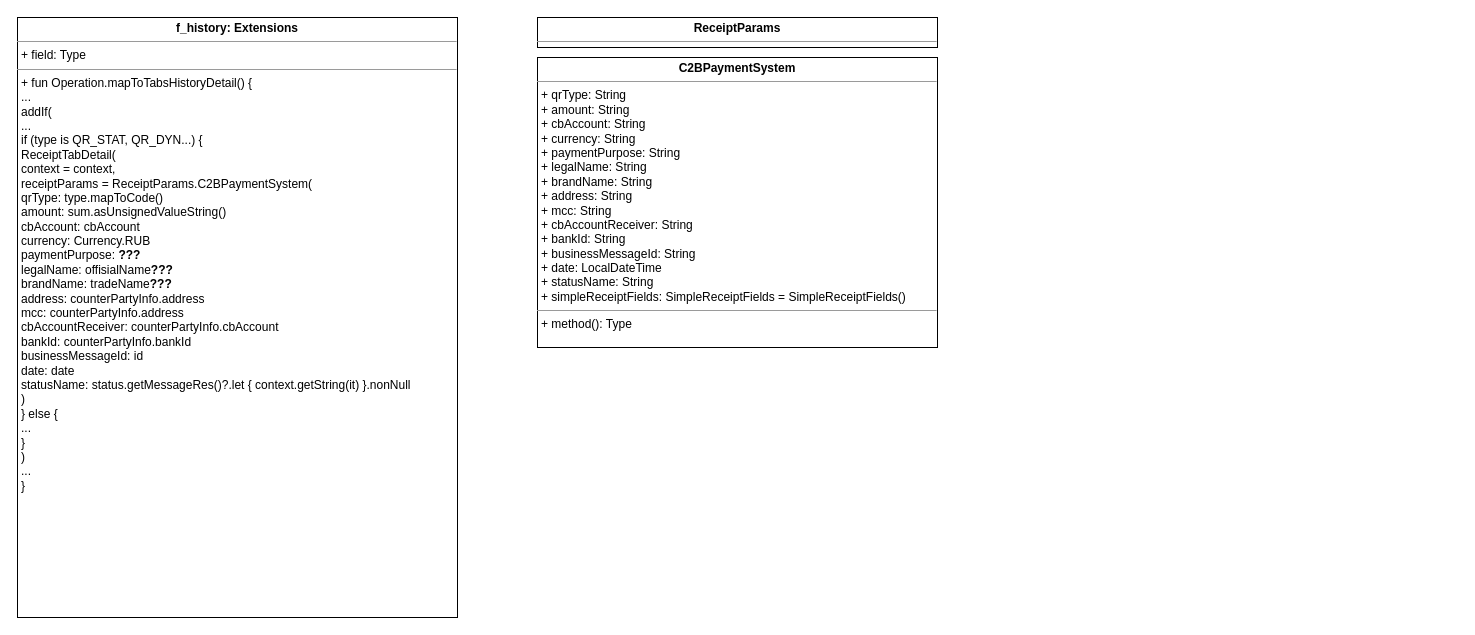
Before: UNI-15154.drawio in ShiryaevNikolay/diagrams, a draw.io diagram. Source tidied: cells renumbered, new cells numbered last; positions are measured from the earlier drawing's top-left corner, leaving out a move shared by most shapes. Both pictures are drawn from the tidied source at 100%, with x=0, y=0 at pixel (17, 17).
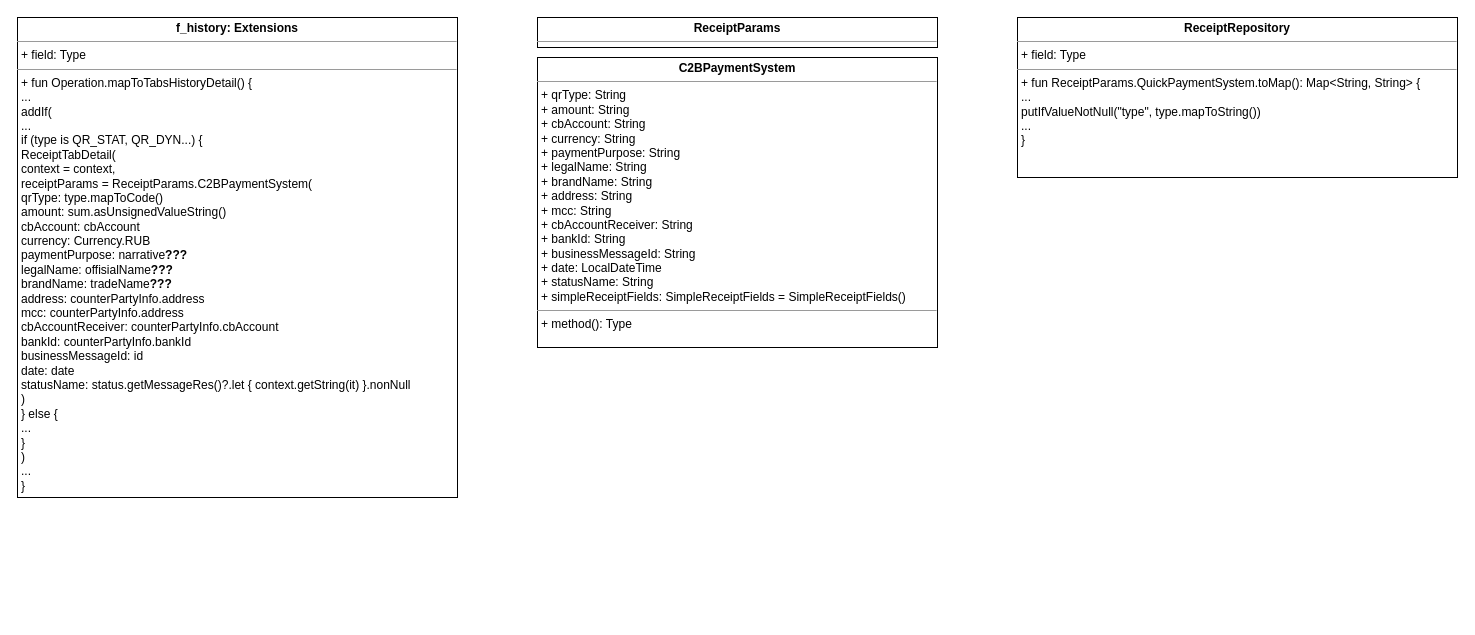
Above is the later version.

The edit, as a diff of the source:
```diff
@@
 <mxGraphModel>
   <root>
     <mxCell id="0" />
     <mxCell id="1" parent="0" />
-    <mxCell id="2" value="&lt;p style=&quot;margin: 0px ; margin-top: 4px ; text-align: center&quot;&gt;&lt;b&gt;f_history: Extensions&lt;br&gt;&lt;/b&gt;&lt;/p&gt;&lt;hr size=&quot;1&quot;&gt;&lt;p style=&quot;margin: 0px ; margin-left: 4px&quot;&gt;+ field: Type&lt;/p&gt;&lt;hr size=&quot;1&quot;&gt;&lt;p style=&quot;margin: 0px ; margin-left: 4px&quot;&gt;+ fun Operation.mapToTabsHistoryDetail() {&lt;/p&gt;&lt;p style=&quot;margin: 0px ; margin-left: 4px&quot;&gt;...&lt;/p&gt;&lt;p style=&quot;margin: 0px ; margin-left: 4px&quot;&gt;addIf(&lt;/p&gt;&lt;p style=&quot;margin: 0px ; margin-left: 4px&quot;&gt;...&lt;/p&gt;&lt;p style=&quot;margin: 0px ; margin-left: 4px&quot;&gt;if (type is QR_STAT, QR_DYN...) {&lt;/p&gt;&lt;p style=&quot;margin: 0px ; margin-left: 4px&quot;&gt;ReceiptTabDetail(&lt;br&gt;context = context,&lt;br&gt;receiptParams = ReceiptParams.C2BPaymentSystem(&lt;br&gt;qrType: type.mapToCode()&lt;/p&gt;&lt;p style=&quot;margin: 0px ; margin-left: 4px&quot;&gt;amount: sum.asUnsignedValueString()&lt;/p&gt;&lt;p style=&quot;margin: 0px ; margin-left: 4px&quot;&gt;cbAccount: cbAccount&lt;/p&gt;&lt;p style=&quot;margin: 0px ; margin-left: 4px&quot;&gt;currency: Currency.RUB&lt;/p&gt;&lt;p style=&quot;margin: 0px ; margin-left: 4px&quot;&gt;paymentPurpose: &lt;b&gt;???&lt;/b&gt;&lt;/p&gt;&lt;p style=&quot;margin: 0px ; margin-left: 4px&quot;&gt;legalName: offisialName&lt;b&gt;???&lt;/b&gt;&lt;/p&gt;&lt;p style=&quot;margin: 0px ; margin-left: 4px&quot;&gt;brandName: tradeName&lt;b&gt;???&lt;/b&gt;&lt;/p&gt;&lt;p style=&quot;margin: 0px ; margin-left: 4px&quot;&gt;address: counterPartyInfo.address&lt;/p&gt;&lt;p style=&quot;margin: 0px ; margin-left: 4px&quot;&gt;mcc: counterPartyInfo.address&lt;/p&gt;&lt;p style=&quot;margin: 0px ; margin-left: 4px&quot;&gt;cbAccountReceiver: counterPartyInfo.cbAccount&lt;/p&gt;&lt;p style=&quot;margin: 0px ; margin-left: 4px&quot;&gt;bankId: counterPartyInfo.bankId&lt;/p&gt;&lt;p style=&quot;margin: 0px ; margin-left: 4px&quot;&gt;businessMessageId: id&lt;/p&gt;&lt;p style=&quot;margin: 0px ; margin-left: 4px&quot;&gt;date: date&lt;/p&gt;&lt;p style=&quot;margin: 0px ; margin-left: 4px&quot;&gt;statusName: status.getMessageRes()?.let { context.getString(it) }.nonNull&lt;/p&gt;&lt;p style=&quot;margin: 0px ; margin-left: 4px&quot;&gt;)&lt;br&gt;&lt;/p&gt;&lt;p style=&quot;margin: 0px ; margin-left: 4px&quot;&gt;} else {&lt;/p&gt;&lt;p style=&quot;margin: 0px ; margin-left: 4px&quot;&gt;...&lt;br&gt;&lt;/p&gt;&lt;p style=&quot;margin: 0px ; margin-left: 4px&quot;&gt;}&lt;br&gt;&lt;/p&gt;&lt;p style=&quot;margin: 0px ; margin-left: 4px&quot;&gt;)&lt;br&gt;&lt;/p&gt;&lt;p style=&quot;margin: 0px ; margin-left: 4px&quot;&gt;...&lt;br&gt;&lt;/p&gt;&lt;p style=&quot;margin: 0px ; margin-left: 4px&quot;&gt;}&lt;br&gt;&lt;/p&gt;" style="verticalAlign=top;align=left;overflow=fill;fontSize=12;fontFamily=Helvetica;html=1;" parent="1" vertex="1">
-      <mxGeometry width="440" height="600" as="geometry" />
+    <mxCell id="2" value="&lt;p style=&quot;margin: 0px ; margin-top: 4px ; text-align: center&quot;&gt;&lt;b&gt;f_history: Extensions&lt;br&gt;&lt;/b&gt;&lt;/p&gt;&lt;hr size=&quot;1&quot;&gt;&lt;p style=&quot;margin: 0px ; margin-left: 4px&quot;&gt;+ field: Type&lt;/p&gt;&lt;hr size=&quot;1&quot;&gt;&lt;p style=&quot;margin: 0px ; margin-left: 4px&quot;&gt;+ fun Operation.mapToTabsHistoryDetail() {&lt;/p&gt;&lt;p style=&quot;margin: 0px ; margin-left: 4px&quot;&gt;...&lt;/p&gt;&lt;p style=&quot;margin: 0px ; margin-left: 4px&quot;&gt;addIf(&lt;/p&gt;&lt;p style=&quot;margin: 0px ; margin-left: 4px&quot;&gt;...&lt;/p&gt;&lt;p style=&quot;margin: 0px ; margin-left: 4px&quot;&gt;if (type is QR_STAT, QR_DYN...) {&lt;/p&gt;&lt;p style=&quot;margin: 0px ; margin-left: 4px&quot;&gt;ReceiptTabDetail(&lt;br&gt;context = context,&lt;br&gt;receiptParams = ReceiptParams.C2BPaymentSystem(&lt;br&gt;qrType: type.mapToCode()&lt;/p&gt;&lt;p style=&quot;margin: 0px ; margin-left: 4px&quot;&gt;amount: sum.asUnsignedValueString()&lt;/p&gt;&lt;p style=&quot;margin: 0px ; margin-left: 4px&quot;&gt;cbAccount: cbAccount&lt;/p&gt;&lt;p style=&quot;margin: 0px ; margin-left: 4px&quot;&gt;currency: Currency.RUB&lt;/p&gt;&lt;p style=&quot;margin: 0px ; margin-left: 4px&quot;&gt;paymentPurpose: narrative&lt;b&gt;???&lt;/b&gt;&lt;/p&gt;&lt;p style=&quot;margin: 0px ; margin-left: 4px&quot;&gt;legalName: offisialName&lt;b&gt;???&lt;/b&gt;&lt;/p&gt;&lt;p style=&quot;margin: 0px ; margin-left: 4px&quot;&gt;brandName: tradeName&lt;b&gt;???&lt;/b&gt;&lt;/p&gt;&lt;p style=&quot;margin: 0px ; margin-left: 4px&quot;&gt;address: counterPartyInfo.address&lt;/p&gt;&lt;p style=&quot;margin: 0px ; margin-left: 4px&quot;&gt;mcc: counterPartyInfo.address&lt;/p&gt;&lt;p style=&quot;margin: 0px ; margin-left: 4px&quot;&gt;cbAccountReceiver: counterPartyInfo.cbAccount&lt;/p&gt;&lt;p style=&quot;margin: 0px ; margin-left: 4px&quot;&gt;bankId: counterPartyInfo.bankId&lt;/p&gt;&lt;p style=&quot;margin: 0px ; margin-left: 4px&quot;&gt;businessMessageId: id&lt;/p&gt;&lt;p style=&quot;margin: 0px ; margin-left: 4px&quot;&gt;date: date&lt;/p&gt;&lt;p style=&quot;margin: 0px ; margin-left: 4px&quot;&gt;statusName: status.getMessageRes()?.let { context.getString(it) }.nonNull&lt;/p&gt;&lt;p style=&quot;margin: 0px ; margin-left: 4px&quot;&gt;)&lt;br&gt;&lt;/p&gt;&lt;p style=&quot;margin: 0px ; margin-left: 4px&quot;&gt;} else {&lt;/p&gt;&lt;p style=&quot;margin: 0px ; margin-left: 4px&quot;&gt;...&lt;br&gt;&lt;/p&gt;&lt;p style=&quot;margin: 0px ; margin-left: 4px&quot;&gt;}&lt;br&gt;&lt;/p&gt;&lt;p style=&quot;margin: 0px ; margin-left: 4px&quot;&gt;)&lt;br&gt;&lt;/p&gt;&lt;p style=&quot;margin: 0px ; margin-left: 4px&quot;&gt;...&lt;br&gt;&lt;/p&gt;&lt;p style=&quot;margin: 0px ; margin-left: 4px&quot;&gt;}&lt;br&gt;&lt;/p&gt;" style="verticalAlign=top;align=left;overflow=fill;fontSize=12;fontFamily=Helvetica;html=1;" parent="1" vertex="1">
+      <mxGeometry width="440" height="480" as="geometry" />
     </mxCell>
     <mxCell id="3" value="&lt;p style=&quot;margin: 0px ; margin-top: 4px ; text-align: center&quot;&gt;&lt;b&gt;ReceiptParams&lt;/b&gt;&lt;/p&gt;&lt;hr size=&quot;1&quot;&gt;&lt;p style=&quot;margin: 0px ; margin-left: 4px&quot;&gt;+ field: Type&lt;/p&gt;&lt;hr size=&quot;1&quot;&gt;&lt;p style=&quot;margin: 0px ; margin-left: 4px&quot;&gt;+ method(): Type&lt;/p&gt;" style="verticalAlign=top;align=left;overflow=fill;fontSize=12;fontFamily=Helvetica;html=1;" parent="1" vertex="1">
       <mxGeometry x="520" width="400" height="30" as="geometry" />
     </mxCell>
     <mxCell id="4" value="&lt;p style=&quot;margin: 0px ; margin-top: 4px ; text-align: center&quot;&gt;&lt;b&gt;C2BPaymentSystem&lt;/b&gt;&lt;/p&gt;&lt;hr size=&quot;1&quot;&gt;&lt;p style=&quot;margin: 0px ; margin-left: 4px&quot;&gt;+ qrType: String&lt;/p&gt;&lt;p style=&quot;margin: 0px ; margin-left: 4px&quot;&gt;+ amount: String&lt;/p&gt;&lt;p style=&quot;margin: 0px ; margin-left: 4px&quot;&gt;+ cbAccount: String&lt;/p&gt;&lt;p style=&quot;margin: 0px ; margin-left: 4px&quot;&gt;+ currency: String&lt;/p&gt;&lt;p style=&quot;margin: 0px ; margin-left: 4px&quot;&gt;+ paymentPurpose: String&lt;/p&gt;&lt;p style=&quot;margin: 0px ; margin-left: 4px&quot;&gt;+ legalName: String&lt;/p&gt;&lt;p style=&quot;margin: 0px ; margin-left: 4px&quot;&gt;+ brandName: String&lt;/p&gt;&lt;p style=&quot;margin: 0px ; margin-left: 4px&quot;&gt;+ address: String&lt;/p&gt;&lt;p style=&quot;margin: 0px ; margin-left: 4px&quot;&gt;+ mcc: String&lt;/p&gt;&lt;p style=&quot;margin: 0px ; margin-left: 4px&quot;&gt;+ cbAccountReceiver: String&lt;/p&gt;&lt;p style=&quot;margin: 0px ; margin-left: 4px&quot;&gt;+ bankId: String&lt;/p&gt;&lt;p style=&quot;margin: 0px ; margin-left: 4px&quot;&gt;+ businessMessageId: String&lt;/p&gt;&lt;p style=&quot;margin: 0px ; margin-left: 4px&quot;&gt;+ date: LocalDateTime&lt;/p&gt;&lt;p style=&quot;margin: 0px ; margin-left: 4px&quot;&gt;+ statusName: String&lt;/p&gt;&lt;p style=&quot;margin: 0px ; margin-left: 4px&quot;&gt;+ simpleReceiptFields: SimpleReceiptFields = SimpleReceiptFields()&lt;br&gt;&lt;/p&gt;&lt;hr size=&quot;1&quot;&gt;&lt;p style=&quot;margin: 0px ; margin-left: 4px&quot;&gt;+ method(): Type&lt;/p&gt;" style="verticalAlign=top;align=left;overflow=fill;fontSize=12;fontFamily=Helvetica;html=1;" parent="1" vertex="1">
       <mxGeometry x="520" y="40" width="400" height="290" as="geometry" />
     </mxCell>
+    <mxCell id="5" value="&lt;p style=&quot;margin: 0px ; margin-top: 4px ; text-align: center&quot;&gt;&lt;b&gt;ReceiptRepository&lt;/b&gt;&lt;/p&gt;&lt;hr size=&quot;1&quot;&gt;&lt;p style=&quot;margin: 0px ; margin-left: 4px&quot;&gt;+ field: Type&lt;/p&gt;&lt;hr size=&quot;1&quot;&gt;&lt;p style=&quot;margin: 0px ; margin-left: 4px&quot;&gt;+ fun ReceiptParams.QuickPaymentSystem.toMap(): Map&amp;lt;String, String&amp;gt; {&lt;/p&gt;&lt;p style=&quot;margin: 0px ; margin-left: 4px&quot;&gt;...&lt;/p&gt;&lt;p style=&quot;margin: 0px ; margin-left: 4px&quot;&gt;putIfValueNotNull(&quot;type&quot;, type.mapToString())&lt;br&gt;&lt;/p&gt;&lt;p style=&quot;margin: 0px ; margin-left: 4px&quot;&gt;...&lt;br&gt;&lt;/p&gt;&lt;p style=&quot;margin: 0px ; margin-left: 4px&quot;&gt;}&lt;/p&gt;" style="verticalAlign=top;align=left;overflow=fill;fontSize=12;fontFamily=Helvetica;html=1;" parent="1" vertex="1">
+      <mxGeometry x="1000" width="440" height="160" as="geometry" />
+    </mxCell>
   </root>
 </mxGraphModel>
```
